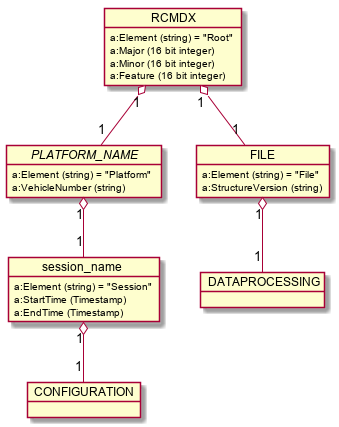
Before: images/generated/rcmdx_root_group.png, a diagram exported from PlantUML (OpenRailAssociation/rcm-dx).
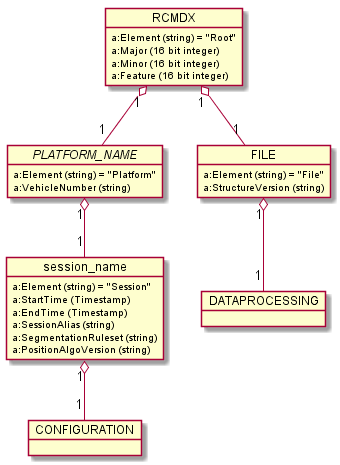
After the commit.

Diff of the diagram source:
```diff
@@ -30,6 +30,9 @@
     a:Element (string) = "Session"
     a:StartTime (Timestamp)
     a:EndTime (Timestamp)
+    a:SessionAlias (string)
+    a:SegmentationRuleset (string)
+    a:PositionAlgoVersion (string)
   }
   PLATFORM "1" o-- "1" session_name
 
```
